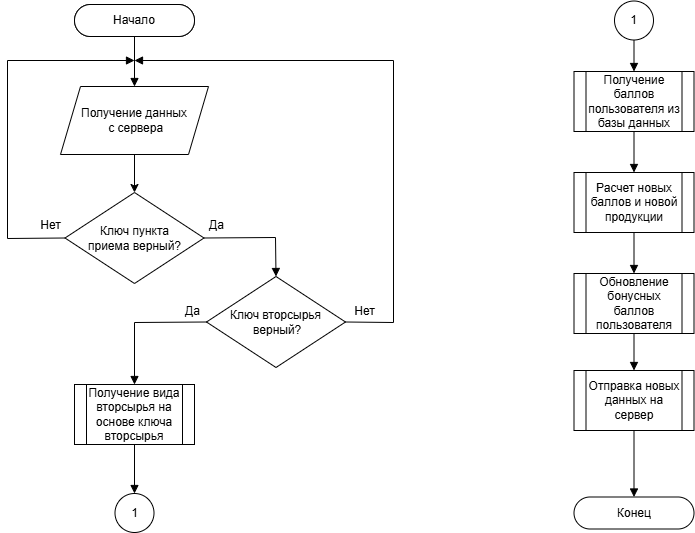
The draw.io diagram stuff_diploma/BlockScheme_recycle.png in DimaXDD/WasteWise, before a commit. Source tidied: cells renumbered, new cells last; positions are measured from the earlier drawing's top-left corner, leaving out a move shared by most shapes.
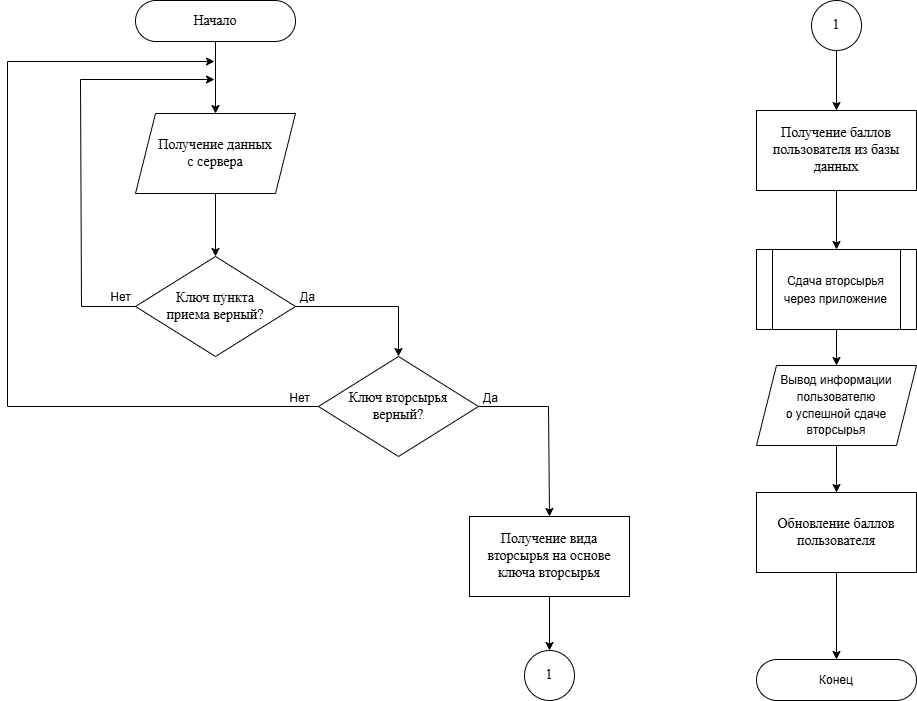
Above is the later version.

Diff of the diagram source:
```diff
@@ -2,112 +2,109 @@
   <root>
     <mxCell id="0" />
     <mxCell id="1" parent="0" />
-    <mxCell id="2" value="Начало" style="rounded=1;whiteSpace=wrap;html=1;arcSize=50;" parent="1" vertex="1">
-      <mxGeometry x="67" y="3" width="120" height="32" as="geometry" />
-    </mxCell>
+    <mxCell id="31" style="edgeStyle=orthogonalEdgeStyle;rounded=0;jettySize=auto;html=1;" parent="1" edge="1" source="32" target="4">
+      <mxGeometry relative="1" as="geometry" />
+    </mxCell>
+    <mxCell id="32" value="Начало" style="rounded=1;whiteSpace=wrap;html=1;strokeWidth=1;arcSize=50;fontSize=14;fontFamily=Times New Roman;" parent="1" vertex="1">
+      <mxGeometry x="985" y="-9" width="160" height="41" as="geometry" />
+    </mxCell>
     <mxCell id="3" style="edgeStyle=orthogonalEdgeStyle;rounded=0;jettySize=auto;html=1;" parent="1" edge="1" source="4" target="5">
       <mxGeometry relative="1" as="geometry" />
     </mxCell>
-    <mxCell id="4" value="Получение данных&lt;div&gt;&amp;nbsp;с сервера&lt;/div&gt;" style="shape=parallelogram;perimeter=parallelogramPerimeter;whiteSpace=wrap;html=1;fixedSize=1;" parent="1" vertex="1">
-      <mxGeometry x="53" y="85" width="148" height="68" as="geometry" />
+    <mxCell id="4" value="Получение данных&lt;div&gt;с сервера&lt;/div&gt;" style="shape=parallelogram;perimeter=parallelogramPerimeter;whiteSpace=wrap;html=1;fixedSize=1;fontSize=14;fontFamily=Times New Roman;" parent="1" vertex="1">
+      <mxGeometry x="985" y="104" width="160" height="80" as="geometry" />
     </mxCell>
-    <mxCell id="5" value="Ключ пункта&lt;div&gt;приема верный?&lt;/div&gt;" style="rhombus;whiteSpace=wrap;html=1;" parent="1" vertex="1">
-      <mxGeometry x="57.5" y="191" width="139" height="91" as="geometry" />
+    <mxCell id="5" value="Ключ пункта&lt;div&gt;приема верный?&lt;/div&gt;" style="rhombus;whiteSpace=wrap;html=1;fontSize=14;fontFamily=Times New Roman;" parent="1" vertex="1">
+      <mxGeometry x="985" y="247" width="160" height="100" as="geometry" />
     </mxCell>
+    <mxCell id="33" style="endArrow=classic;html=1;rounded=0;exitX=0;exitY=0.5;exitDx=0;exitDy=0;" parent="1" edge="1" source="5">
+      <mxGeometry relative="1" as="geometry">
+        <mxPoint x="1064" y="70" as="targetPoint" />
+        <Array as="points">
+          <mxPoint x="931" y="297" />
+          <mxPoint x="930" y="70" />
+        </Array>
+      </mxGeometry>
+    </mxCell>
+    <mxCell id="34" value="Нет" style="text;html=1;align=center;verticalAlign=middle;strokeColor=none;fillColor=none;" parent="1" vertex="1">
+      <mxGeometry x="951" y="275" width="38" height="26" as="geometry" />
+    </mxCell>
+    <mxCell id="12" value="Ключ вторсырья&lt;div&gt;&lt;span style=&quot;background-color: transparent; color: light-dark(rgb(0, 0, 0), rgb(255, 255, 255));&quot;&gt;верный?&lt;/span&gt;&lt;/div&gt;" style="rhombus;whiteSpace=wrap;html=1;fontSize=14;fontFamily=Times New Roman;" parent="1" vertex="1">
+      <mxGeometry x="1168" y="347" width="160" height="100" as="geometry" />
+    </mxCell>
-    <mxCell id="6" style="endArrow=block;html=1;rounded=0;endFill=1;exitX=1;exitY=0.5;exitDx=0;exitDy=0;entryX=0.5;entryY=0;entryDx=0;entryDy=0;" parent="1" edge="1" source="5" target="12">
+    <mxCell id="6" style="endArrow=classic;html=1;rounded=0;entryX=0.5;entryY=0;entryDx=0;entryDy=0;exitX=1;exitY=0.5;exitDx=0;exitDy=0;" parent="1" edge="1" source="5" target="12">
       <mxGeometry relative="1" as="geometry">
         <Array as="points">
-          <mxPoint x="268" y="236" />
+          <mxPoint x="1248" y="297" />
         </Array>
       </mxGeometry>
     </mxCell>
-    <mxCell id="7" style="endArrow=block;html=1;rounded=0;endFill=1;exitX=1;exitY=0.5;exitDx=0;exitDy=0;" parent="1" edge="1" source="12">
-      <mxGeometry relative="1" as="geometry">
-        <mxPoint x="127" y="59" as="targetPoint" />
-        <Array as="points">
-          <mxPoint x="386" y="321" />
-          <mxPoint x="386" y="59" />
-        </Array>
-      </mxGeometry>
-    </mxCell>
-    <mxCell id="8" style="endArrow=block;html=1;rounded=0;endFill=1;exitX=0;exitY=0.5;exitDx=0;exitDy=0;" parent="1" edge="1" source="5">
-      <mxGeometry relative="1" as="geometry">
-        <mxPoint x="127" y="59" as="targetPoint" />
-        <Array as="points">
-          <mxPoint y="237" />
-          <mxPoint y="59" />
-        </Array>
-      </mxGeometry>
-    </mxCell>
-    <mxCell id="9" style="edgeStyle=orthogonalEdgeStyle;rounded=0;jettySize=auto;html=1;endArrow=block;endFill=1;" parent="1" edge="1" source="10" target="4">
-      <mxGeometry relative="1" as="geometry" />
-    </mxCell>
-    <mxCell id="10" value="Начало" style="rounded=1;whiteSpace=wrap;html=1;arcSize=50;" parent="1" vertex="1">
-      <mxGeometry x="67" y="3" width="120" height="32" as="geometry" />
-    </mxCell>
-    <mxCell id="11" value="Нет" style="text;html=1;align=center;verticalAlign=middle;strokeColor=none;fillColor=none;" parent="1" vertex="1">
-      <mxGeometry x="24" y="211" width="38" height="26" as="geometry" />
-    </mxCell>
-    <mxCell id="12" value="Ключ вторсырья&lt;div&gt;&lt;span style=&quot;background-color: transparent; color: light-dark(rgb(0, 0, 0), rgb(255, 255, 255));&quot;&gt;&amp;nbsp;верный?&lt;/span&gt;&lt;/div&gt;" style="rhombus;whiteSpace=wrap;html=1;" parent="1" vertex="1">
-      <mxGeometry x="199" y="275" width="139" height="91" as="geometry" />
-    </mxCell>
-    <mxCell id="13" value="Да" style="text;html=1;align=center;verticalAlign=middle;strokeColor=none;fillColor=none;" parent="1" vertex="1">
-      <mxGeometry x="192" y="211" width="33" height="26" as="geometry" />
-    </mxCell>
-    <mxCell id="14" style="endArrow=block;html=1;rounded=0;endFill=1;exitX=0.5;exitY=1;exitDx=0;exitDy=0;entryX=0.5;entryY=0;entryDx=0;entryDy=0;" parent="1" edge="1" source="21" target="22">
-      <mxGeometry relative="1" as="geometry" />
-    </mxCell>
-    <mxCell id="15" style="endArrow=block;html=1;rounded=0;endFill=1;exitX=0.5;exitY=1;exitDx=0;exitDy=0;entryX=0.5;entryY=0;entryDx=0;entryDy=0;" parent="1" edge="1" source="18" target="20">
-      <mxGeometry relative="1" as="geometry" />
-    </mxCell>
+    <mxCell id="35" value="Да" style="text;html=1;align=center;verticalAlign=middle;strokeColor=none;fillColor=none;" parent="1" vertex="1">
+      <mxGeometry x="1140" y="275" width="33" height="26" as="geometry" />
+    </mxCell>
+    <mxCell id="36" style="endArrow=classic;html=1;rounded=0;exitX=0;exitY=0.5;exitDx=0;exitDy=0;" parent="1" edge="1" source="12">
+      <mxGeometry relative="1" as="geometry">
+        <mxPoint x="1064" y="52" as="targetPoint" />
+        <Array as="points">
+          <mxPoint x="857" y="397" />
+          <mxPoint x="857" y="52" />
+        </Array>
+      </mxGeometry>
+    </mxCell>
+    <mxCell id="37" value="Нет" style="text;html=1;align=center;verticalAlign=middle;strokeColor=none;fillColor=none;" parent="1" vertex="1">
+      <mxGeometry x="1130" y="376" width="38" height="26" as="geometry" />
+    </mxCell>
-    <mxCell id="16" style="endArrow=block;html=1;rounded=0;endFill=1;exitX=0;exitY=0.5;exitDx=0;exitDy=0;entryX=0.5;entryY=0;entryDx=0;entryDy=0;" parent="1" edge="1" source="12" target="18">
+    <mxCell id="16" style="endArrow=classic;html=1;rounded=0;exitX=1;exitY=0.5;exitDx=0;exitDy=0;entryX=0.5;entryY=0;entryDx=0;entryDy=0;" parent="1" edge="1" source="12" target="18">
       <mxGeometry relative="1" as="geometry">
         <Array as="points">
-          <mxPoint x="127" y="321" />
+          <mxPoint x="1398" y="397" />
         </Array>
       </mxGeometry>
     </mxCell>
-    <mxCell id="17" value="Нет" style="text;html=1;align=center;verticalAlign=middle;strokeColor=none;fillColor=none;" parent="1" vertex="1">
-      <mxGeometry x="338" y="297" width="38" height="26" as="geometry" />
-    </mxCell>
+    <mxCell id="38" style="edgeStyle=orthogonalEdgeStyle;rounded=0;jettySize=auto;html=1;" parent="1" edge="1" source="18" target="40">
+      <mxGeometry relative="1" as="geometry" />
+    </mxCell>
-    <mxCell id="18" value="Получение вида вторсырья на основе ключа вторсырья" style="shape=process;whiteSpace=wrap;html=1;backgroundOutline=1;" parent="1" vertex="1">
-      <mxGeometry x="67" y="383" width="120" height="60" as="geometry" />
+    <mxCell id="18" value="Получение вида вторсырья на основе ключа вторсырья" style="rounded=0;whiteSpace=wrap;html=1;fontSize=14;fontFamily=Times New Roman;" parent="1" vertex="1">
+      <mxGeometry x="1319" y="507" width="160" height="80" as="geometry" />
     </mxCell>
-    <mxCell id="19" value="Да" style="text;html=1;align=center;verticalAlign=middle;strokeColor=none;fillColor=none;" parent="1" vertex="1">
-      <mxGeometry x="168" y="297" width="33" height="26" as="geometry" />
-    </mxCell>
-    <mxCell id="20" value="1" style="ellipse;whiteSpace=wrap;html=1;" parent="1" vertex="1">
-      <mxGeometry x="107.5" y="492" width="39" height="39" as="geometry" />
-    </mxCell>
-    <mxCell id="21" value="1" style="ellipse;whiteSpace=wrap;html=1;" parent="1" vertex="1">
-      <mxGeometry x="607" y="-0.5" width="39" height="39" as="geometry" />
-    </mxCell>
+    <mxCell id="39" value="Да" style="text;html=1;align=center;verticalAlign=middle;strokeColor=none;fillColor=none;" parent="1" vertex="1">
+      <mxGeometry x="1323" y="376" width="33" height="26" as="geometry" />
+    </mxCell>
+    <mxCell id="40" value="1" style="ellipse;whiteSpace=wrap;html=1;fontSize=14;fontFamily=Times New Roman;" parent="1" vertex="1">
+      <mxGeometry x="1374" y="641" width="50" height="50" as="geometry" />
+    </mxCell>
+    <mxCell id="41" style="edgeStyle=orthogonalEdgeStyle;rounded=0;jettySize=auto;html=1;entryX=0.5;entryY=0;entryDx=0;entryDy=0;" parent="1" edge="1" source="42" target="22">
+      <mxGeometry relative="1" as="geometry" />
+    </mxCell>
+    <mxCell id="42" value="1" style="ellipse;whiteSpace=wrap;html=1;fontSize=14;fontFamily=Times New Roman;" parent="1" vertex="1">
+      <mxGeometry x="1661" y="-9" width="50" height="50" as="geometry" />
+    </mxCell>
+    <mxCell id="43" style="edgeStyle=orthogonalEdgeStyle;rounded=0;jettySize=auto;html=1;" parent="1" edge="1" source="22" target="45">
+      <mxGeometry relative="1" as="geometry" />
+    </mxCell>
-    <mxCell id="22" value="Получение баллов пользователя из базы данных" style="shape=process;whiteSpace=wrap;html=1;backgroundOutline=1;" parent="1" vertex="1">
-      <mxGeometry x="566.5" y="70" width="120" height="60" as="geometry" />
+    <mxCell id="22" value="Получение баллов пользователя из базы данных" style="rounded=0;whiteSpace=wrap;html=1;fontSize=14;fontFamily=Times New Roman;" parent="1" vertex="1">
+      <mxGeometry x="1606" y="101" width="160" height="80" as="geometry" />
     </mxCell>
-    <mxCell id="23" value="Расчет новых баллов и новой продукции" style="shape=process;whiteSpace=wrap;html=1;backgroundOutline=1;" parent="1" vertex="1">
-      <mxGeometry x="566.5" y="171" width="120" height="60" as="geometry" />
-    </mxCell>
-    <mxCell id="24" style="endArrow=block;html=1;rounded=0;endFill=1;exitX=0.5;exitY=1;exitDx=0;exitDy=0;entryX=0.5;entryY=0;entryDx=0;entryDy=0;" parent="1" edge="1" source="22" target="23">
-      <mxGeometry relative="1" as="geometry" />
-    </mxCell>
-    <mxCell id="25" value="Обновление бонусных баллов пользователя" style="shape=process;whiteSpace=wrap;html=1;backgroundOutline=1;" parent="1" vertex="1">
-      <mxGeometry x="566.5" y="272" width="120" height="60" as="geometry" />
-    </mxCell>
-    <mxCell id="26" style="endArrow=block;html=1;rounded=0;endFill=1;exitX=0.5;exitY=1;exitDx=0;exitDy=0;entryX=0.5;entryY=0;entryDx=0;entryDy=0;" parent="1" edge="1" source="23" target="25">
-      <mxGeometry relative="1" as="geometry" />
-    </mxCell>
-    <mxCell id="27" style="endArrow=block;html=1;rounded=0;endFill=1;exitX=0.5;exitY=1;exitDx=0;exitDy=0;entryX=0.5;entryY=0;entryDx=0;entryDy=0;" parent="1" edge="1" source="25" target="28">
-      <mxGeometry relative="1" as="geometry" />
-    </mxCell>
-    <mxCell id="28" value="Отправка новых данных на сервер" style="shape=process;whiteSpace=wrap;html=1;backgroundOutline=1;" parent="1" vertex="1">
-      <mxGeometry x="566.5" y="369" width="120" height="60" as="geometry" />
-    </mxCell>
+    <mxCell id="44" style="edgeStyle=orthogonalEdgeStyle;rounded=0;jettySize=auto;html=1;" parent="1" edge="1" source="45" target="47">
+      <mxGeometry relative="1" as="geometry" />
+    </mxCell>
+    <mxCell id="45" value="&lt;font face=&quot;Helvetica&quot;&gt;&lt;span style=&quot;font-size: 12px;&quot;&gt;Сдача вторсырья через приложение&lt;/span&gt;&lt;/font&gt;" style="shape=process;whiteSpace=wrap;html=1;backgroundOutline=1;fontSize=14;fontFamily=Times New Roman;" parent="1" vertex="1">
+      <mxGeometry x="1606" y="240" width="160" height="80" as="geometry" />
+    </mxCell>
+    <mxCell id="46" style="edgeStyle=orthogonalEdgeStyle;rounded=0;jettySize=auto;html=1;" parent="1" edge="1" source="47" target="49">
+      <mxGeometry relative="1" as="geometry" />
+    </mxCell>
+    <mxCell id="47" value="&lt;span style=&quot;font-family: Helvetica; font-size: 12px;&quot;&gt;Вывод информации&lt;/span&gt;&lt;div&gt;&lt;span style=&quot;font-family: Helvetica; font-size: 12px;&quot;&gt;&amp;nbsp;пользователю&amp;nbsp;&lt;/span&gt;&lt;/div&gt;&lt;div&gt;&lt;span style=&quot;font-family: Helvetica; font-size: 12px;&quot;&gt;о успешной сдаче вторсырья&lt;/span&gt;&lt;/div&gt;" style="shape=parallelogram;perimeter=parallelogramPerimeter;whiteSpace=wrap;html=1;fixedSize=1;fontSize=14;fontFamily=Times New Roman;" parent="1" vertex="1">
+      <mxGeometry x="1606" y="356" width="160" height="80" as="geometry" />
+    </mxCell>
+    <mxCell id="48" style="edgeStyle=orthogonalEdgeStyle;rounded=0;jettySize=auto;html=1;entryX=0.5;entryY=0;entryDx=0;entryDy=0;" parent="1" edge="1" source="49" target="29">
+      <mxGeometry relative="1" as="geometry" />
+    </mxCell>
+    <mxCell id="49" value="Обновление баллов пользователя" style="rounded=0;whiteSpace=wrap;html=1;fontSize=14;fontFamily=Times New Roman;" parent="1" vertex="1">
+      <mxGeometry x="1606" y="483" width="160" height="80" as="geometry" />
+    </mxCell>
-    <mxCell id="29" value="Конец" style="rounded=1;whiteSpace=wrap;html=1;arcSize=50;" parent="1" vertex="1">
-      <mxGeometry x="566.5" y="495.5" width="120" height="32" as="geometry" />
+    <mxCell id="29" value="&lt;span style=&quot;font-family: Helvetica; font-size: 12px;&quot;&gt;Конец&lt;/span&gt;" style="rounded=1;whiteSpace=wrap;html=1;strokeWidth=1;arcSize=50;fontSize=14;fontFamily=Times New Roman;" parent="1" vertex="1">
+      <mxGeometry x="1606" y="650" width="160" height="41" as="geometry" />
     </mxCell>
-    <mxCell id="30" style="endArrow=block;html=1;rounded=0;endFill=1;exitX=0.5;exitY=1;exitDx=0;exitDy=0;entryX=0.5;entryY=0;entryDx=0;entryDy=0;" parent="1" edge="1" source="28" target="29">
-      <mxGeometry relative="1" as="geometry" />
-    </mxCell>
   </root>
 </mxGraphModel>
```
